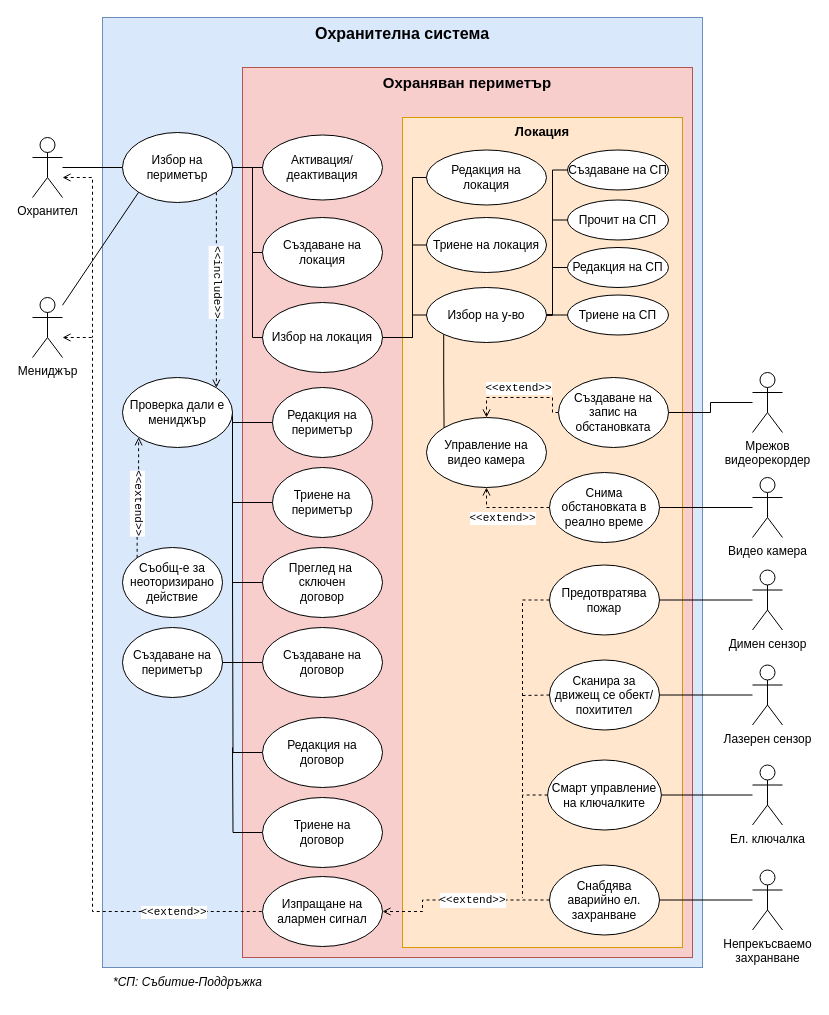
Before: 2usecase.drawio in IsmailSalehCode/UML-course-work, a draw.io diagram. Source tidied: cells renumbered, new cells numbered last; positions are measured from the earlier drawing's top-left corner, leaving out a move shared by most shapes. Both pictures are drawn from the tidied source at 100%, with x=0, y=0 at pixel (32, 17).
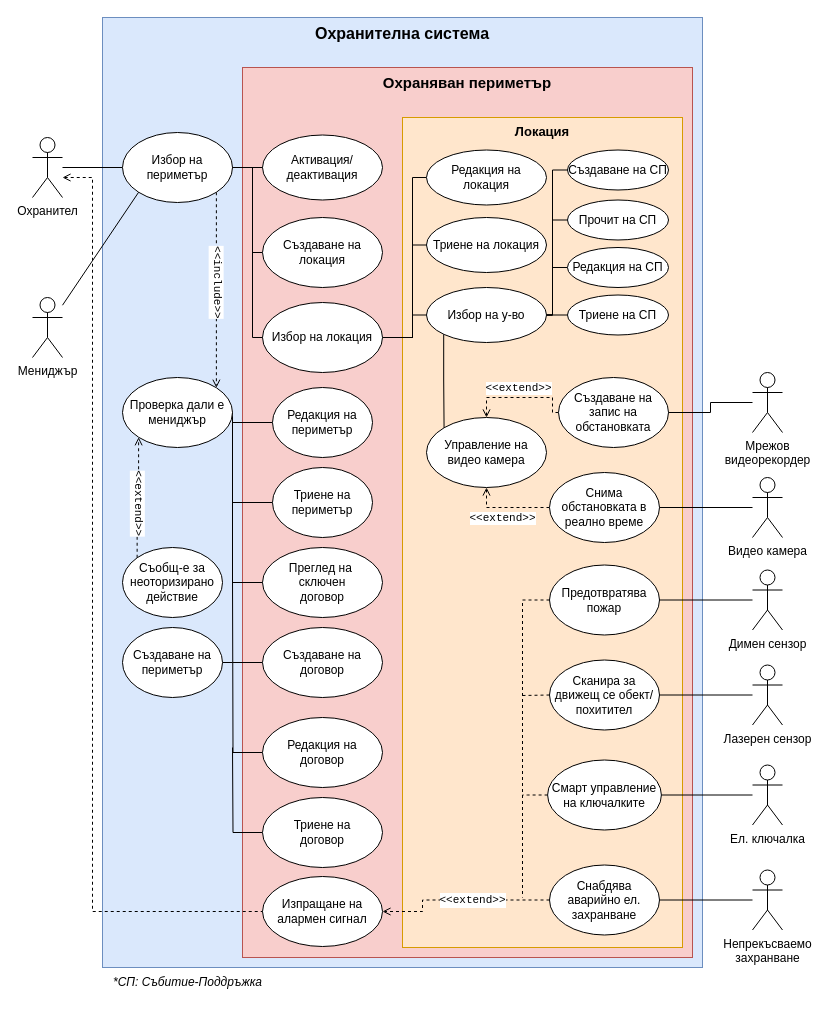
After the change.

The change refers to these unchanged cells:
```xml
<mxCell id="5" value="Охранител" style="shape=umlActor;verticalLabelPosition=bottom;verticalAlign=top;html=1;outlineConnect=0;" parent="1" vertex="1">
  <mxGeometry y="120" width="30" height="60" as="geometry" />
</mxCell>
<mxCell id="13" value="Мениджър" style="shape=umlActor;verticalLabelPosition=bottom;verticalAlign=top;html=1;outlineConnect=0;" parent="1" vertex="1">
  <mxGeometry y="280" width="30" height="60" as="geometry" />
</mxCell>
<mxCell id="43" value="Изпращане на алармен сигнал" style="ellipse;whiteSpace=wrap;html=1;" parent="1" vertex="1">
  <mxGeometry x="230" y="859" width="120" height="70" as="geometry" />
</mxCell>
```

Change to the diagram source:
```diff
@@
-    <mxCell id="4" style="edgeStyle=orthogonalEdgeStyle;rounded=0;jettySize=auto;html=1;endArrow=none;endFill=0;dashed=1;startArrow=open;startFill=0;" parent="1" edge="1" source="5">
-      <mxGeometry relative="1" as="geometry">
-        <mxPoint x="60" y="320" as="targetPoint" />
-        <Array as="points">
-          <mxPoint x="60" y="160" />
-          <mxPoint x="60" y="310" />
-        </Array>
-      </mxGeometry>
-    </mxCell>
@@
-    <mxCell id="44" style="edgeStyle=orthogonalEdgeStyle;rounded=0;jettySize=auto;html=1;entryX=0;entryY=0.5;entryDx=0;entryDy=0;dashed=1;endArrow=none;endFill=0;startArrow=open;startFill=0;" parent="1" edge="1" source="13" target="43">
-      <mxGeometry relative="1" as="geometry">
-        <Array as="points">
-          <mxPoint x="60" y="320" />
-          <mxPoint x="60" y="894" />
-        </Array>
-      </mxGeometry>
-    </mxCell>
-    <mxCell id="45" value="&amp;lt;&amp;lt;extend&amp;gt;&amp;gt;" style="edgeLabel;html=1;align=center;verticalAlign=middle;fontFamily=Courier New;" parent="44" vertex="1">
-      <mxGeometry x="0.65" relative="1" as="geometry">
-        <mxPoint x="45" as="offset" />
-      </mxGeometry>
-    </mxCell>
@@
+    <mxCell id="4" style="edgeStyle=orthogonalEdgeStyle;rounded=0;jettySize=auto;html=1;endArrow=none;endFill=0;dashed=1;startArrow=open;startFill=0;entryX=0;entryY=0.5;entryDx=0;entryDy=0;" parent="1" edge="1" source="5" target="43">
+      <mxGeometry relative="1" as="geometry">
+        <Array as="points">
+          <mxPoint x="60" y="160" />
+          <mxPoint x="60" y="894" />
+        </Array>
+      </mxGeometry>
+    </mxCell>
```
